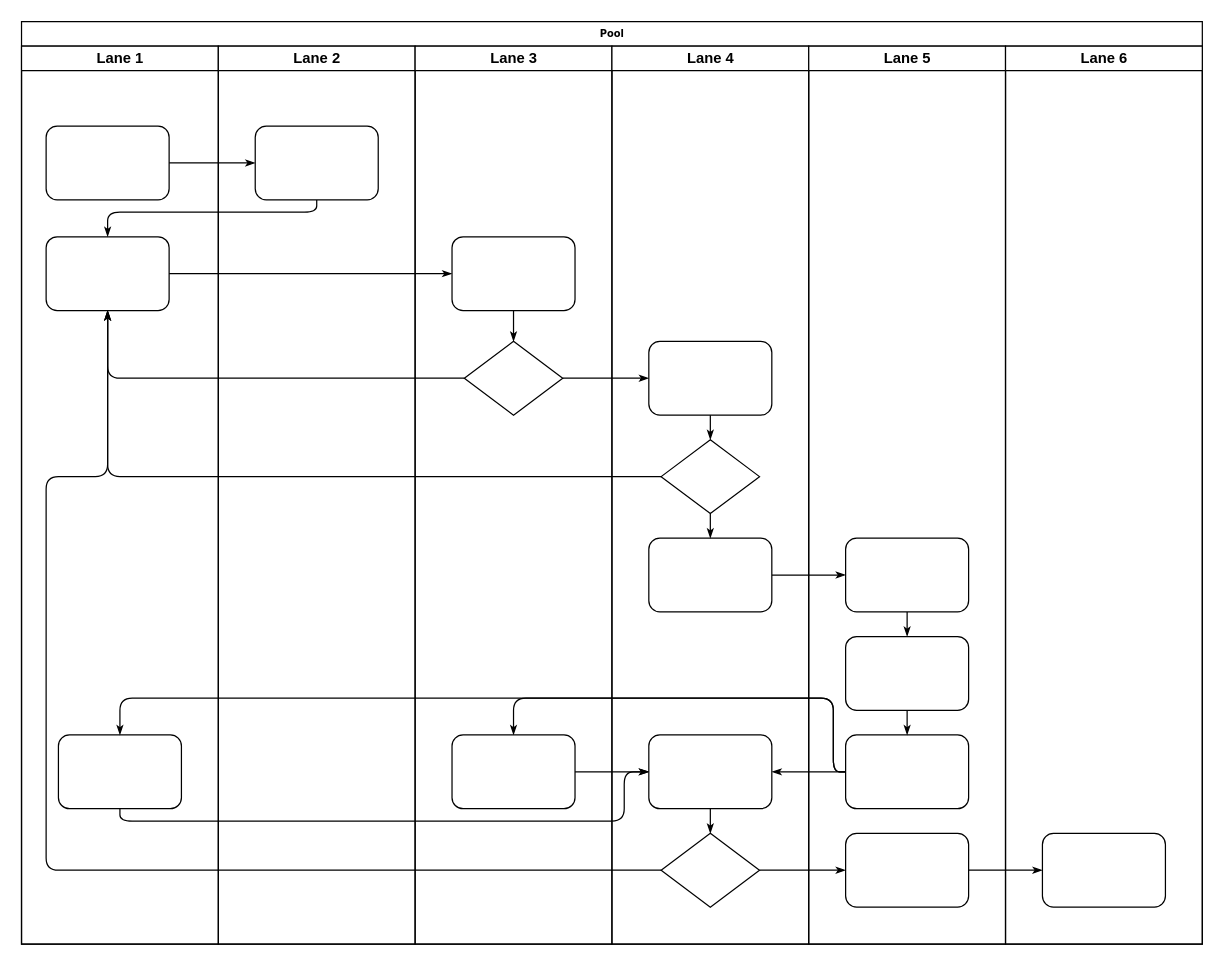
Above: page "事件时序图" (1 of 2) of Untitled Diagram.drawio in WashingtonWang/diagram (draw.io), before the change. Source tidied: cells renumbered, new cells numbered last; positions are measured from the earlier drawing's top-left corner, leaving out a move shared by most shapes. Both pictures are drawn from the tidied source at 123%, with x=0, y=0 at pixel (21, 21).
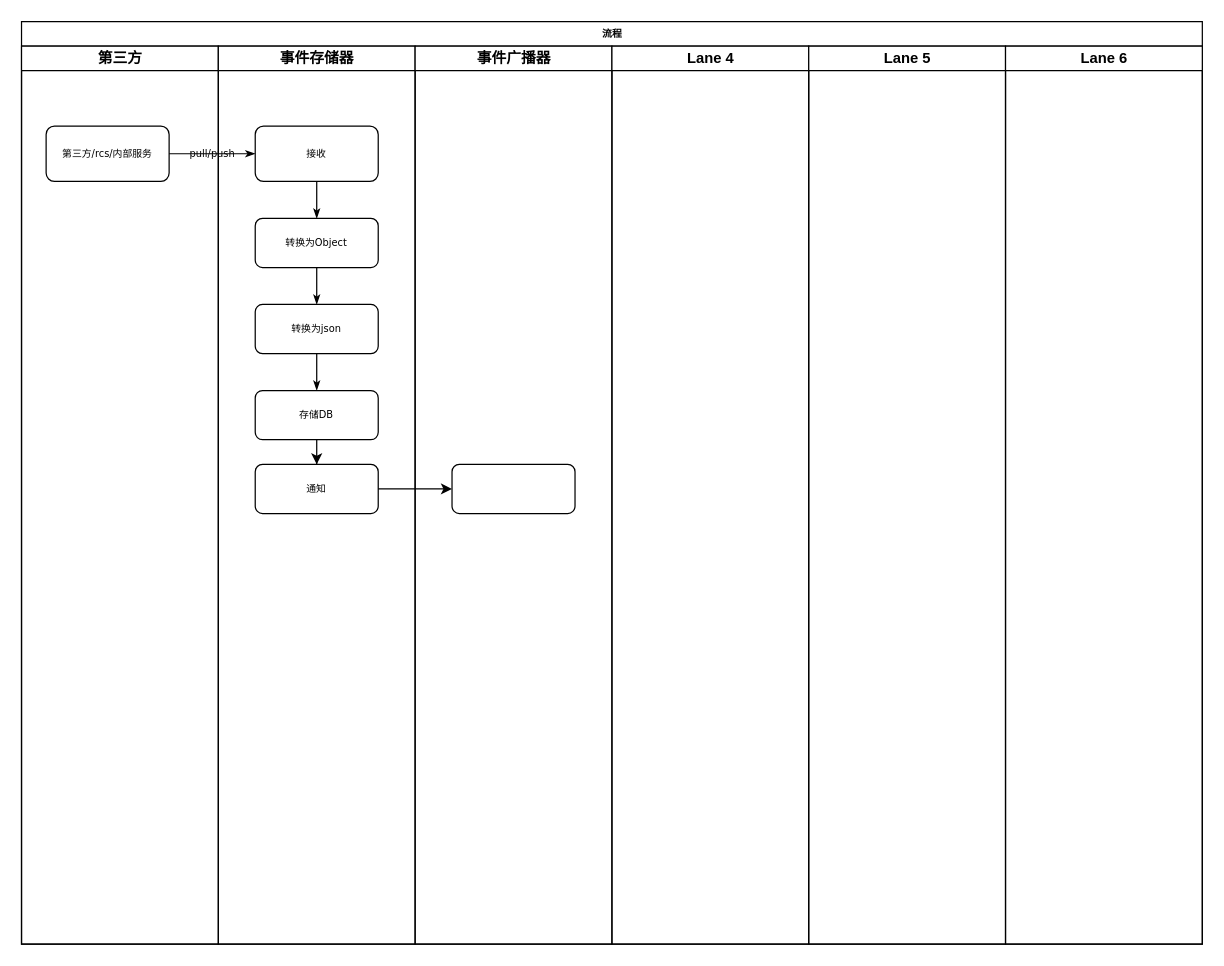
The same page after the edit.

Unchanged cells that the change refers to:
```xml
<mxCell id="29" value="Lane 4" style="swimlane;html=1;startSize=20;" parent="2" vertex="1">
  <mxGeometry x="480" y="20" width="160" height="730" as="geometry" />
</mxCell>
<mxCell id="38" value="Lane 5" style="swimlane;html=1;startSize=20;" parent="2" vertex="1">
  <mxGeometry x="640" y="20" width="160" height="730" as="geometry" />
</mxCell>
<mxCell id="45" value="Lane 6" style="swimlane;html=1;startSize=20;" parent="2" vertex="1">
  <mxGeometry x="800" y="20" width="160" height="730" as="geometry" />
</mxCell>
```

What changed in the source:
```diff
@@
-    <mxCell id="2" value="Pool" style="swimlane;html=1;startSize=20;rounded=0;shadow=0;labelBackgroundColor=none;strokeWidth=1;fontFamily=Verdana;fontSize=8;align=center;" parent="1" vertex="1">
+    <mxCell id="2" value="流程" style="swimlane;html=1;startSize=20;rounded=0;shadow=0;labelBackgroundColor=none;strokeWidth=1;fontFamily=Verdana;fontSize=8;align=center;" parent="1" vertex="1">
       <mxGeometry width="960" height="750" as="geometry" />
     </mxCell>
-    <mxCell id="3" value="Lane 1" style="swimlane;html=1;startSize=20;" parent="2" vertex="1">
+    <mxCell id="3" value="第三方" style="swimlane;html=1;startSize=20;" parent="2" vertex="1">
       <mxGeometry y="20" width="160" height="730" as="geometry" />
     </mxCell>
-    <mxCell id="4" style="rounded=1;whiteSpace=wrap;html=1;shadow=0;labelBackgroundColor=none;strokeWidth=1;fontFamily=Verdana;fontSize=8;align=center;" parent="3" vertex="1">
-      <mxGeometry x="20" y="65" width="100" height="60" as="geometry" />
+    <mxCell id="4" value="第三方/rcs/内部服务" style="rounded=1;whiteSpace=wrap;html=1;shadow=0;labelBackgroundColor=none;strokeWidth=1;fontFamily=Verdana;fontSize=8;align=center;glass=0;sketch=0;" parent="3" vertex="1">
+      <mxGeometry x="20" y="65" width="100" height="45" as="geometry" />
     </mxCell>
-    <mxCell id="5" style="rounded=1;whiteSpace=wrap;html=1;shadow=0;labelBackgroundColor=none;strokeWidth=1;fontFamily=Verdana;fontSize=8;align=center;" parent="3" vertex="1">
-      <mxGeometry x="20" y="155" width="100" height="60" as="geometry" />
-    </mxCell>
-    <mxCell id="6" style="rounded=1;whiteSpace=wrap;html=1;shadow=0;labelBackgroundColor=none;strokeWidth=1;fontFamily=Verdana;fontSize=8;align=center;" parent="3" vertex="1">
-      <mxGeometry x="30" y="560" width="100" height="60" as="geometry" />
-    </mxCell>
-    <mxCell id="7" style="edgeStyle=orthogonalEdgeStyle;rounded=1;html=1;labelBackgroundColor=none;startArrow=none;startFill=0;startSize=5;endArrow=classicThin;endFill=1;endSize=5;jettySize=auto;strokeWidth=1;fontFamily=Verdana;fontSize=8;" parent="2" edge="1" source="4" target="23">
-      <mxGeometry relative="1" as="geometry" />
+    <mxCell id="7" value="pull/push" style="edgeStyle=orthogonalEdgeStyle;rounded=1;html=1;labelBackgroundColor=none;startArrow=none;startFill=0;startSize=5;endArrow=classicThin;endFill=1;endSize=5;jettySize=auto;strokeWidth=1;fontFamily=Verdana;fontSize=8;" parent="2" edge="1" source="4" target="23">
+      <mxGeometry relative="1" as="geometry">
+        <Array as="points">
+          <mxPoint x="160" y="108" />
+          <mxPoint x="160" y="108" />
+        </Array>
+      </mxGeometry>
     </mxCell>
-    <mxCell id="8" style="edgeStyle=orthogonalEdgeStyle;rounded=1;html=1;labelBackgroundColor=none;startArrow=none;startFill=0;startSize=5;endArrow=classicThin;endFill=1;endSize=5;jettySize=auto;strokeWidth=1;fontFamily=Verdana;fontSize=8;" parent="2" edge="1" source="23" target="5">
-      <mxGeometry relative="1" as="geometry">
-        <Array as="points">
-          <mxPoint x="240" y="155" />
-          <mxPoint x="70" y="155" />
-        </Array>
-      </mxGeometry>
-    </mxCell>
-    <mxCell id="9" style="edgeStyle=orthogonalEdgeStyle;rounded=1;html=1;labelBackgroundColor=none;startArrow=none;startFill=0;startSize=5;endArrow=classicThin;endFill=1;endSize=5;jettySize=auto;strokeWidth=1;fontFamily=Verdana;fontSize=8;" parent="2" edge="1" source="5" target="25">
-      <mxGeometry relative="1" as="geometry" />
-    </mxCell>
-    <mxCell id="10" style="edgeStyle=orthogonalEdgeStyle;rounded=1;html=1;labelBackgroundColor=none;startArrow=none;startFill=0;startSize=5;endArrow=classicThin;endFill=1;endSize=5;jettySize=auto;strokeWidth=1;fontFamily=Verdana;fontSize=8;" parent="2" edge="1" source="26" target="5">
-      <mxGeometry relative="1" as="geometry" />
-    </mxCell>
-    <mxCell id="11" style="edgeStyle=orthogonalEdgeStyle;rounded=1;html=1;labelBackgroundColor=none;startArrow=none;startFill=0;startSize=5;endArrow=classicThin;endFill=1;endSize=5;jettySize=auto;strokeWidth=1;fontFamily=Verdana;fontSize=8;" parent="2" edge="1" source="31" target="5">
-      <mxGeometry relative="1" as="geometry" />
-    </mxCell>
-    <mxCell id="12" style="edgeStyle=orthogonalEdgeStyle;rounded=1;html=1;labelBackgroundColor=none;startArrow=none;startFill=0;startSize=5;endArrow=classicThin;endFill=1;endSize=5;jettySize=auto;strokeWidth=1;fontFamily=Verdana;fontSize=8;" parent="2" edge="1" source="34" target="5">
-      <mxGeometry relative="1" as="geometry">
-        <Array as="points">
-          <mxPoint x="20" y="690" />
-          <mxPoint x="20" y="370" />
-          <mxPoint x="70" y="370" />
-        </Array>
-      </mxGeometry>
-    </mxCell>
-    <mxCell id="13" style="edgeStyle=orthogonalEdgeStyle;rounded=1;html=1;labelBackgroundColor=none;startArrow=none;startFill=0;startSize=5;endArrow=classicThin;endFill=1;endSize=5;jettySize=auto;strokeWidth=1;fontFamily=Verdana;fontSize=8;" parent="2" edge="1" source="26" target="30">
-      <mxGeometry relative="1" as="geometry" />
-    </mxCell>
-    <mxCell id="14" style="edgeStyle=orthogonalEdgeStyle;rounded=1;html=1;labelBackgroundColor=none;startArrow=none;startFill=0;startSize=5;endArrow=classicThin;endFill=1;endSize=5;jettySize=auto;strokeWidth=1;fontFamily=Verdana;fontSize=8;" parent="2" edge="1" source="34" target="42">
-      <mxGeometry relative="1" as="geometry" />
-    </mxCell>
-    <mxCell id="15" style="edgeStyle=orthogonalEdgeStyle;rounded=1;html=1;labelBackgroundColor=none;startArrow=none;startFill=0;startSize=5;endArrow=classicThin;endFill=1;endSize=5;jettySize=auto;strokeWidth=1;fontFamily=Verdana;fontSize=8;" parent="2" edge="1" source="42" target="46">
-      <mxGeometry relative="1" as="geometry" />
-    </mxCell>
-    <mxCell id="16" style="edgeStyle=orthogonalEdgeStyle;rounded=1;html=1;labelBackgroundColor=none;startArrow=none;startFill=0;startSize=5;endArrow=classicThin;endFill=1;endSize=5;jettySize=auto;strokeWidth=1;fontFamily=Verdana;fontSize=8;" parent="2" edge="1" source="32" target="39">
-      <mxGeometry relative="1" as="geometry" />
-    </mxCell>
-    <mxCell id="17" style="edgeStyle=orthogonalEdgeStyle;rounded=1;html=1;labelBackgroundColor=none;startArrow=none;startFill=0;startSize=5;endArrow=classicThin;endFill=1;endSize=5;jettySize=auto;strokeWidth=1;fontFamily=Verdana;fontSize=8;" parent="2" edge="1" source="41" target="27">
-      <mxGeometry relative="1" as="geometry">
-        <Array as="points">
-          <mxPoint x="660" y="610" />
-          <mxPoint x="660" y="550" />
-          <mxPoint x="400" y="550" />
-        </Array>
-      </mxGeometry>
-    </mxCell>
-    <mxCell id="18" style="edgeStyle=orthogonalEdgeStyle;rounded=1;html=1;labelBackgroundColor=none;startArrow=none;startFill=0;startSize=5;endArrow=classicThin;endFill=1;endSize=5;jettySize=auto;strokeColor=#000000;strokeWidth=1;fontFamily=Verdana;fontSize=8;fontColor=#000000;" parent="2" edge="1" source="41" target="33">
-      <mxGeometry relative="1" as="geometry" />
-    </mxCell>
-    <mxCell id="19" style="edgeStyle=orthogonalEdgeStyle;rounded=1;html=1;labelBackgroundColor=none;startArrow=none;startFill=0;startSize=5;endArrow=classicThin;endFill=1;endSize=5;jettySize=auto;strokeWidth=1;fontFamily=Verdana;fontSize=8;" parent="2" edge="1" source="41" target="6">
-      <mxGeometry relative="1" as="geometry">
-        <Array as="points">
-          <mxPoint x="660" y="610" />
-          <mxPoint x="660" y="550" />
-          <mxPoint x="80" y="550" />
-        </Array>
-      </mxGeometry>
-    </mxCell>
-    <mxCell id="20" style="edgeStyle=orthogonalEdgeStyle;rounded=1;html=1;labelBackgroundColor=none;startArrow=none;startFill=0;startSize=5;endArrow=classicThin;endFill=1;endSize=5;jettySize=auto;strokeWidth=1;fontFamily=Verdana;fontSize=8;" parent="2" edge="1" source="6" target="33">
-      <mxGeometry relative="1" as="geometry">
-        <Array as="points">
-          <mxPoint x="80" y="650" />
-          <mxPoint x="490" y="650" />
-          <mxPoint x="490" y="610" />
-        </Array>
-      </mxGeometry>
-    </mxCell>
-    <mxCell id="21" style="edgeStyle=orthogonalEdgeStyle;rounded=1;html=1;labelBackgroundColor=none;startArrow=none;startFill=0;startSize=5;endArrow=classicThin;endFill=1;endSize=5;jettySize=auto;strokeWidth=1;fontFamily=Verdana;fontSize=8;" parent="2" edge="1" source="27" target="33">
-      <mxGeometry relative="1" as="geometry" />
-    </mxCell>
-    <mxCell id="22" value="Lane 2" style="swimlane;html=1;startSize=20;" parent="2" vertex="1">
+    <mxCell id="22" value="事件存储器" style="swimlane;html=1;startSize=20;" parent="2" vertex="1">
       <mxGeometry x="160" y="20" width="160" height="730" as="geometry" />
     </mxCell>
-    <mxCell id="23" style="rounded=1;whiteSpace=wrap;html=1;shadow=0;labelBackgroundColor=none;strokeWidth=1;fontFamily=Verdana;fontSize=8;align=center;" parent="22" vertex="1">
-      <mxGeometry x="30" y="65" width="100" height="60" as="geometry" />
+    <mxCell id="23" value="接收" style="rounded=1;whiteSpace=wrap;html=1;shadow=0;labelBackgroundColor=none;strokeWidth=1;fontFamily=Verdana;fontSize=8;align=center;" parent="22" vertex="1">
+      <mxGeometry x="30" y="65" width="100" height="45" as="geometry" />
     </mxCell>
+    <mxCell id="5" value="转换为Object" style="rounded=1;whiteSpace=wrap;html=1;shadow=0;labelBackgroundColor=none;strokeWidth=1;fontFamily=Verdana;fontSize=8;align=center;" parent="22" vertex="1">
+      <mxGeometry x="30" y="140" width="100" height="40" as="geometry" />
+    </mxCell>
+    <mxCell id="8" style="edgeStyle=orthogonalEdgeStyle;rounded=1;html=1;labelBackgroundColor=none;startArrow=none;startFill=0;startSize=5;endArrow=classicThin;endFill=1;endSize=5;jettySize=auto;strokeWidth=1;fontFamily=Verdana;fontSize=8;" parent="22" edge="1" source="23" target="5">
+      <mxGeometry relative="1" as="geometry">
+        <Array as="points">
+          <mxPoint x="80" y="170" />
+          <mxPoint x="80" y="170" />
+        </Array>
+      </mxGeometry>
+    </mxCell>
+    <mxCell id="25" value="转换为json" style="rounded=1;whiteSpace=wrap;html=1;shadow=0;labelBackgroundColor=none;strokeWidth=1;fontFamily=Verdana;fontSize=8;align=center;" parent="22" vertex="1">
+      <mxGeometry x="30" y="210" width="100" height="40" as="geometry" />
+    </mxCell>
+    <mxCell id="9" style="edgeStyle=orthogonalEdgeStyle;rounded=1;html=1;labelBackgroundColor=none;startArrow=none;startFill=0;startSize=5;endArrow=classicThin;endFill=1;endSize=5;jettySize=auto;strokeWidth=1;fontFamily=Verdana;fontSize=8;" parent="22" edge="1" source="5" target="25">
+      <mxGeometry relative="1" as="geometry" />
+    </mxCell>
+    <mxCell id="47" style="edgeStyle=orthogonalEdgeStyle;rounded=0;comic=0;sketch=0;jumpStyle=none;jettySize=auto;html=1;exitX=0.5;exitY=1;exitDx=0;exitDy=0;shadow=0;endFill=1;strokeColor=default;" parent="22" edge="1" source="48" target="49">
+      <mxGeometry relative="1" as="geometry" />
+    </mxCell>
+    <mxCell id="48" value="存储DB" style="rounded=1;whiteSpace=wrap;html=1;shadow=0;labelBackgroundColor=none;strokeWidth=1;fontFamily=Verdana;fontSize=8;align=center;" parent="22" vertex="1">
+      <mxGeometry x="30" y="280" width="100" height="40" as="geometry" />
+    </mxCell>
+    <mxCell id="28" style="edgeStyle=orthogonalEdgeStyle;rounded=1;html=1;labelBackgroundColor=none;startArrow=none;startFill=0;startSize=5;endArrow=classicThin;endFill=1;endSize=5;jettySize=auto;strokeWidth=1;fontFamily=Verdana;fontSize=8;entryX=0.5;entryY=0;entryDx=0;entryDy=0;" parent="22" edge="1" source="25" target="48">
+      <mxGeometry relative="1" as="geometry" />
+    </mxCell>
+    <mxCell id="49" value="通知" style="rounded=1;whiteSpace=wrap;html=1;shadow=0;labelBackgroundColor=none;strokeWidth=1;fontFamily=Verdana;fontSize=8;align=center;" parent="22" vertex="1">
+      <mxGeometry x="30" y="340" width="100" height="40" as="geometry" />
+    </mxCell>
-    <mxCell id="24" value="Lane 3" style="swimlane;html=1;startSize=20;" parent="2" vertex="1">
+    <mxCell id="24" value="事件广播器" style="swimlane;html=1;startSize=20;" parent="2" vertex="1">
       <mxGeometry x="320" y="20" width="160" height="730" as="geometry" />
     </mxCell>
-    <mxCell id="25" style="rounded=1;whiteSpace=wrap;html=1;shadow=0;labelBackgroundColor=none;strokeWidth=1;fontFamily=Verdana;fontSize=8;align=center;" parent="24" vertex="1">
-      <mxGeometry x="30" y="155" width="100" height="60" as="geometry" />
-    </mxCell>
-    <mxCell id="26" style="rhombus;whiteSpace=wrap;html=1;rounded=0;shadow=0;labelBackgroundColor=none;strokeWidth=1;fontFamily=Verdana;fontSize=8;align=center;" parent="24" vertex="1">
-      <mxGeometry x="40" y="240" width="80" height="60" as="geometry" />
-    </mxCell>
-    <mxCell id="27" style="rounded=1;whiteSpace=wrap;html=1;shadow=0;labelBackgroundColor=none;strokeWidth=1;fontFamily=Verdana;fontSize=8;align=center;" parent="24" vertex="1">
-      <mxGeometry x="30" y="560" width="100" height="60" as="geometry" />
-    </mxCell>
-    <mxCell id="28" style="edgeStyle=orthogonalEdgeStyle;rounded=1;html=1;labelBackgroundColor=none;startArrow=none;startFill=0;startSize=5;endArrow=classicThin;endFill=1;endSize=5;jettySize=auto;strokeWidth=1;fontFamily=Verdana;fontSize=8;" parent="24" edge="1" source="25" target="26">
-      <mxGeometry relative="1" as="geometry" />
-    </mxCell>
+    <mxCell id="30" style="rounded=1;whiteSpace=wrap;html=1;shadow=0;labelBackgroundColor=none;strokeWidth=1;fontFamily=Verdana;fontSize=8;align=center;" parent="24" vertex="1">
+      <mxGeometry x="30" y="340" width="100" height="40" as="geometry" />
+    </mxCell>
@@
-    <mxCell id="30" style="rounded=1;whiteSpace=wrap;html=1;shadow=0;labelBackgroundColor=none;strokeWidth=1;fontFamily=Verdana;fontSize=8;align=center;" parent="29" vertex="1">
-      <mxGeometry x="30" y="240" width="100" height="60" as="geometry" />
-    </mxCell>
-    <mxCell id="31" style="rhombus;whiteSpace=wrap;html=1;rounded=0;shadow=0;labelBackgroundColor=none;strokeWidth=1;fontFamily=Verdana;fontSize=8;align=center;" parent="29" vertex="1">
-      <mxGeometry x="40" y="320" width="80" height="60" as="geometry" />
-    </mxCell>
-    <mxCell id="32" style="rounded=1;whiteSpace=wrap;html=1;shadow=0;labelBackgroundColor=none;strokeWidth=1;fontFamily=Verdana;fontSize=8;align=center;" parent="29" vertex="1">
-      <mxGeometry x="30" y="400" width="100" height="60" as="geometry" />
-    </mxCell>
-    <mxCell id="33" style="rounded=1;whiteSpace=wrap;html=1;shadow=0;labelBackgroundColor=none;strokeWidth=1;fontFamily=Verdana;fontSize=8;align=center;" parent="29" vertex="1">
-      <mxGeometry x="30" y="560" width="100" height="60" as="geometry" />
-    </mxCell>
-    <mxCell id="34" style="rhombus;whiteSpace=wrap;html=1;rounded=0;shadow=0;labelBackgroundColor=none;strokeWidth=1;fontFamily=Verdana;fontSize=8;align=center;" parent="29" vertex="1">
-      <mxGeometry x="40" y="640" width="80" height="60" as="geometry" />
-    </mxCell>
-    <mxCell id="35" style="edgeStyle=orthogonalEdgeStyle;rounded=1;html=1;labelBackgroundColor=none;startArrow=none;startFill=0;startSize=5;endArrow=classicThin;endFill=1;endSize=5;jettySize=auto;strokeColor=#000000;strokeWidth=1;fontFamily=Verdana;fontSize=8;fontColor=#000000;" parent="29" edge="1" source="30" target="31">
-      <mxGeometry relative="1" as="geometry" />
-    </mxCell>
-    <mxCell id="36" style="edgeStyle=orthogonalEdgeStyle;rounded=1;html=1;labelBackgroundColor=none;startArrow=none;startFill=0;startSize=5;endArrow=classicThin;endFill=1;endSize=5;jettySize=auto;strokeWidth=1;fontFamily=Verdana;fontSize=8;" parent="29" edge="1" source="31" target="32">
-      <mxGeometry relative="1" as="geometry" />
-    </mxCell>
-    <mxCell id="37" style="edgeStyle=orthogonalEdgeStyle;rounded=1;html=1;labelBackgroundColor=none;startArrow=none;startFill=0;startSize=5;endArrow=classicThin;endFill=1;endSize=5;jettySize=auto;strokeWidth=1;fontFamily=Verdana;fontSize=8;" parent="29" edge="1" source="33" target="34">
-      <mxGeometry relative="1" as="geometry" />
-    </mxCell>
@@
-    <mxCell id="39" style="rounded=1;whiteSpace=wrap;html=1;shadow=0;labelBackgroundColor=none;strokeWidth=1;fontFamily=Verdana;fontSize=8;align=center;" parent="38" vertex="1">
-      <mxGeometry x="30" y="400" width="100" height="60" as="geometry" />
-    </mxCell>
-    <mxCell id="40" style="rounded=1;whiteSpace=wrap;html=1;shadow=0;labelBackgroundColor=none;strokeWidth=1;fontFamily=Verdana;fontSize=8;align=center;" parent="38" vertex="1">
-      <mxGeometry x="30" y="480" width="100" height="60" as="geometry" />
-    </mxCell>
-    <mxCell id="41" style="rounded=1;whiteSpace=wrap;html=1;shadow=0;labelBackgroundColor=none;strokeWidth=1;fontFamily=Verdana;fontSize=8;align=center;" parent="38" vertex="1">
-      <mxGeometry x="30" y="560" width="100" height="60" as="geometry" />
-    </mxCell>
-    <mxCell id="42" style="rounded=1;whiteSpace=wrap;html=1;shadow=0;labelBackgroundColor=none;strokeWidth=1;fontFamily=Verdana;fontSize=8;align=center;" parent="38" vertex="1">
-      <mxGeometry x="30" y="640" width="100" height="60" as="geometry" />
-    </mxCell>
-    <mxCell id="43" style="edgeStyle=orthogonalEdgeStyle;rounded=1;html=1;labelBackgroundColor=none;startArrow=none;startFill=0;startSize=5;endArrow=classicThin;endFill=1;endSize=5;jettySize=auto;strokeWidth=1;fontFamily=Verdana;fontSize=8;" parent="38" edge="1" source="39" target="40">
-      <mxGeometry relative="1" as="geometry" />
-    </mxCell>
-    <mxCell id="44" style="edgeStyle=orthogonalEdgeStyle;rounded=1;html=1;labelBackgroundColor=none;startArrow=none;startFill=0;startSize=5;endArrow=classicThin;endFill=1;endSize=5;jettySize=auto;strokeWidth=1;fontFamily=Verdana;fontSize=8;" parent="38" edge="1" source="40" target="41">
-      <mxGeometry relative="1" as="geometry" />
-    </mxCell>
@@
-    <mxCell id="46" style="rounded=1;whiteSpace=wrap;html=1;shadow=0;labelBackgroundColor=none;strokeWidth=1;fontFamily=Verdana;fontSize=8;align=center;" parent="45" vertex="1">
-      <mxGeometry x="30" y="640" width="100" height="60" as="geometry" />
-    </mxCell>
+    <mxCell id="50" style="edgeStyle=orthogonalEdgeStyle;rounded=0;comic=0;sketch=0;jumpStyle=none;jettySize=auto;html=1;exitX=1;exitY=0.5;exitDx=0;exitDy=0;entryX=0;entryY=0.5;entryDx=0;entryDy=0;shadow=0;endFill=1;strokeColor=default;" parent="2" edge="1" source="49" target="30">
+      <mxGeometry relative="1" as="geometry" />
+    </mxCell>
```
